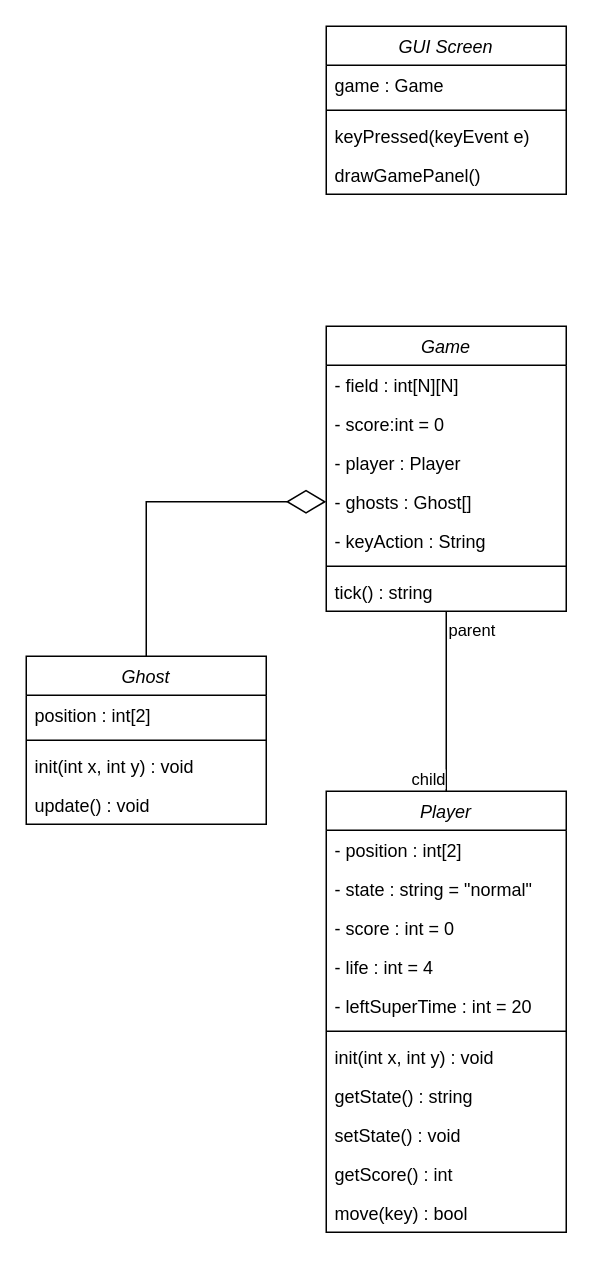
tayutayufk/Highfeld keeps this draw.io diagram as 名称未設定ファイル.drawio. Above is the earlier version. Source tidied: cells renumbered, new cells numbered last; positions are measured from the earlier drawing's top-left corner, leaving out a move shared by most shapes. Both pictures are drawn from the tidied source at 150%, with x=0, y=0 at pixel (26, 26).
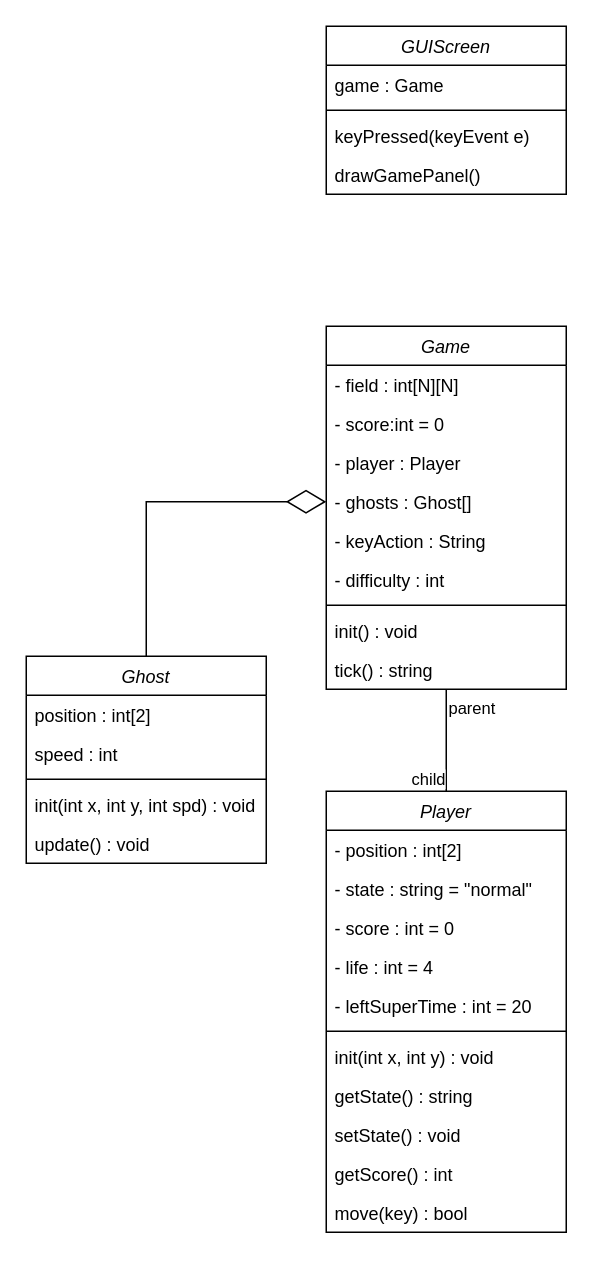
After the change.

Commit message (it also covers changes not shown here):
名称未設定ファイル.drawio を更新します

What changed in the source:
```diff
@@
     <mxCell id="2" value="Game" style="swimlane;fontStyle=2;align=center;verticalAlign=top;horizontal=1;startSize=26;rounded=0;shadow=0;strokeWidth=1;" parent="1" vertex="1">
-      <mxGeometry x="200" y="200" width="160" height="190" as="geometry" />
+      <mxGeometry x="200" y="200" width="160" height="242" as="geometry" />
     </mxCell>
@@
+    <mxCell id="36" value="- difficulty : int" style="text;align=left;verticalAlign=top;spacingLeft=4;spacingRight=4;overflow=hidden;rounded=0;shadow=0;html=0;" parent="2" vertex="1">
+      <mxGeometry y="156" width="160" height="26" as="geometry" />
+    </mxCell>
     <mxCell id="8" style="line;html=1;strokeWidth=1;align=left;verticalAlign=middle;spacingTop=-1;spacingLeft=3;spacingRight=3;labelPosition=right;" parent="2" vertex="1">
-      <mxGeometry y="156" width="160" height="8" as="geometry" />
+      <mxGeometry y="182" width="160" height="8" as="geometry" />
     </mxCell>
-    <mxCell id="9" value="tick() : string" style="text;align=left;verticalAlign=top;spacingLeft=4;spacingRight=4;overflow=hidden;" parent="2" vertex="1">
-      <mxGeometry y="164" width="160" height="26" as="geometry" />
+    <mxCell id="9" value="init() : void" style="text;align=left;verticalAlign=top;spacingLeft=4;spacingRight=4;overflow=hidden;" parent="2" vertex="1">
+      <mxGeometry y="190" width="160" height="26" as="geometry" />
     </mxCell>
+    <mxCell id="37" value="tick() : string" style="text;align=left;verticalAlign=top;spacingLeft=4;spacingRight=4;overflow=hidden;" parent="2" vertex="1">
+      <mxGeometry y="216" width="160" height="26" as="geometry" />
+    </mxCell>
@@
     <mxCell id="22" value="Ghost" style="swimlane;fontStyle=2;align=center;verticalAlign=top;horizontal=1;startSize=26;rounded=0;shadow=0;strokeWidth=1;" parent="1" vertex="1">
-      <mxGeometry y="420" width="160" height="112" as="geometry" />
+      <mxGeometry y="420" width="160" height="138" as="geometry" />
     </mxCell>
@@
+    <mxCell id="38" value="speed : int" style="text;align=left;verticalAlign=top;spacingLeft=4;spacingRight=4;overflow=hidden;" parent="22" vertex="1">
+      <mxGeometry y="52" width="160" height="26" as="geometry" />
+    </mxCell>
     <mxCell id="24" style="line;html=1;strokeWidth=1;align=left;verticalAlign=middle;spacingTop=-1;spacingLeft=3;spacingRight=3;labelPosition=right;" parent="22" vertex="1">
-      <mxGeometry y="52" width="160" height="8" as="geometry" />
+      <mxGeometry y="78" width="160" height="8" as="geometry" />
     </mxCell>
-    <mxCell id="25" value="init(int x, int y) : void" style="text;align=left;verticalAlign=top;spacingLeft=4;spacingRight=4;overflow=hidden;" parent="22" vertex="1">
-      <mxGeometry y="60" width="160" height="26" as="geometry" />
+    <mxCell id="25" value="init(int x, int y, int spd) : void" style="text;align=left;verticalAlign=top;spacingLeft=4;spacingRight=4;overflow=hidden;" parent="22" vertex="1">
+      <mxGeometry y="86" width="160" height="26" as="geometry" />
     </mxCell>
     <mxCell id="26" value="update() : void" style="text;align=left;verticalAlign=top;spacingLeft=4;spacingRight=4;overflow=hidden;" parent="22" vertex="1">
-      <mxGeometry y="86" width="160" height="26" as="geometry" />
+      <mxGeometry y="112" width="160" height="26" as="geometry" />
     </mxCell>
-    <mxCell id="27" value="GUI Screen" style="swimlane;fontStyle=2;align=center;verticalAlign=top;horizontal=1;startSize=26;rounded=0;shadow=0;strokeWidth=1;" parent="1" vertex="1">
+    <mxCell id="27" value="GUIScreen" style="swimlane;fontStyle=2;align=center;verticalAlign=top;horizontal=1;startSize=26;rounded=0;shadow=0;strokeWidth=1;" parent="1" vertex="1">
       <mxGeometry x="200" width="160" height="112" as="geometry" />
     </mxCell>
```
